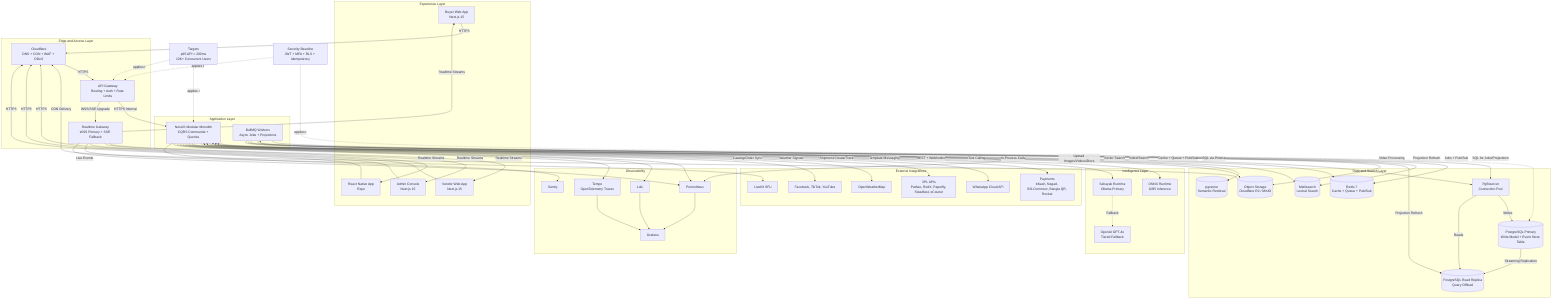
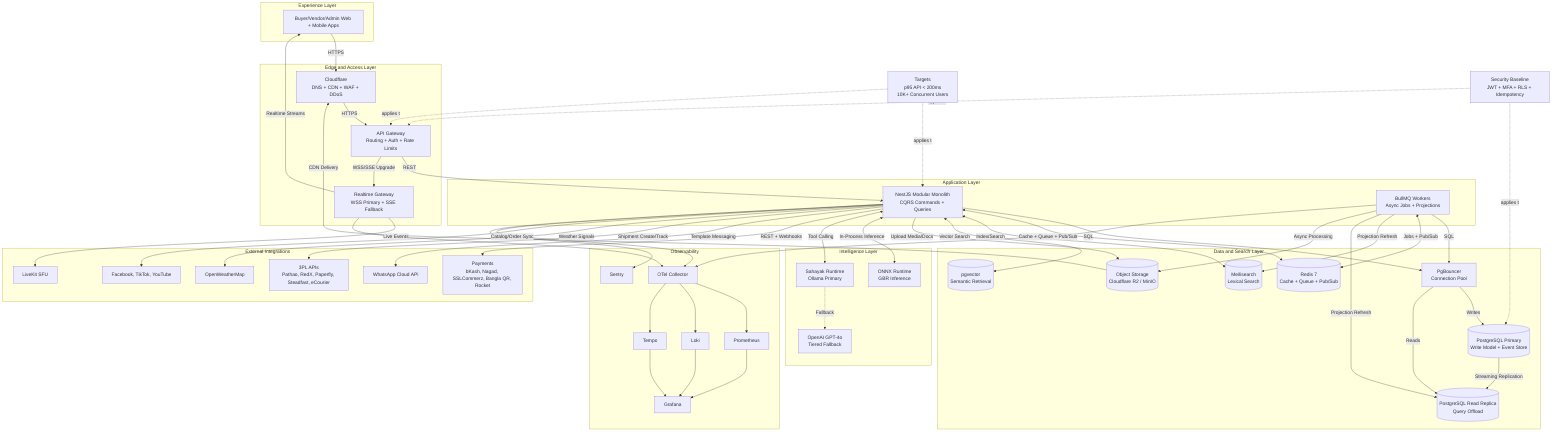
flowchart TB
-   %% Diagram 01: PRISM V4 - High-Level System Architecture Overview (Production-Grade)
+   %% Diagram 01: PRISM V4 - High-Level System Architecture Overview (Readable Layout)

  subgraph EXP[Experience Layer]
-     BuyerWeb[Buyer Web App\nNext.js 15]
-     VendorWeb[Vendor Web App\nNext.js 15]
-     AdminWeb[Admin Console\nNext.js 15]
-     Mobile[React Native App\nExpo]
+     Clients[Buyer/Vendor/Admin Web + Mobile Apps]
  end

  subgraph EDGE[Edge and Access Layer]
    CF[Cloudflare\nDNS + CDN + WAF + DDoS]
    APIGW[API Gateway\nRouting + Auth + Rate Limits]
    RTGW[Realtime Gateway\nWSS Primary + SSE Fallback]
  end

  subgraph APP[Application Layer]
-     Nest[NestJS Modular Monolith\nCQRS Commands + Queries]
+     API[NestJS Modular Monolith\nCQRS Commands + Queries]
    Worker[BullMQ Workers\nAsync Jobs + Projections]
  end

  subgraph DATA[Data and Search Layer]
    PGB[PgBouncer\nConnection Pool]
-     PGW[(PostgreSQL Primary\nWrite Model + Event Store Table)]
+     PGW[(PostgreSQL Primary\nWrite Model + Event Store)]
    PGR[(PostgreSQL Read Replica\nQuery Offload)]
    Redis[(Redis 7\nCache + Queue + Pub/Sub)]
    Mei[(Meilisearch\nLexical Search)]
    Vec[(pgvector\nSemantic Retrieval)]
    ObjStore[(Object Storage\nCloudflare R2 / MinIO)]
  end

  subgraph AI[Intelligence Layer]
    ONNX[ONNX Runtime\nGBR Inference]
    SAH[Sahayak Runtime\nOllama Primary]
    GPT[OpenAI GPT-4o\nTiered Fallback]
  end

  subgraph EXT[External Integrations]
    Pay[Payments\nbKash, Nagad, SSLCommerz, Bangla QR, Rocket]
    WA[WhatsApp Cloud API]
    L3[3PL APIs\nPathao, RedX, Paperfly, Steadfast, eCourier]
    Weather[OpenWeatherMap]
    Live[LiveKit SFU]
    Social[Facebook, TikTok, YouTube]
  end

  subgraph OBS[Observability]
+     OTel[OTel Collector]
    Prom[Prometheus]
+     Loki[Loki]
+     Tempo[Tempo]
    Graf[Grafana]
-     Loki[Loki]
-     Tempo[Tempo\nOpenTelemetry Traces]
    Sentry[Sentry]
  end

  KPI[Targets\np95 API < 200ms\n10K+ Concurrent Users]
  SEC[Security Baseline\nJWT + MFA + RLS + Idempotency]

-   BuyerWeb -->|HTTPS| CF
-   VendorWeb -->|HTTPS| CF
-   AdminWeb -->|HTTPS| CF
-   Mobile -->|HTTPS| CF
+   Clients -->|HTTPS| CF
+   CF -->|HTTPS| APIGW
+   APIGW -->|REST| API
+   APIGW -->|WSS/SSE Upgrade| RTGW
+   RTGW -->|Realtime Streams| Clients

-   CF -->|HTTPS| APIGW
-   APIGW -->|HTTPS Internal| Nest
-   APIGW -->|WSS/SSE Upgrade| RTGW
-   RTGW -->|Realtime Streams| BuyerWeb
-   RTGW -->|Realtime Streams| VendorWeb
-   RTGW -->|Realtime Streams| AdminWeb
-   RTGW -->|Realtime Streams| Mobile
- 
-   Nest -->|SQL via Prisma| PGB
-   Worker -->|SQL for Jobs/Projections| PGB
+   API -->|SQL| PGB
+   Worker -->|SQL| PGB
  PGB -->|Writes| PGW
  PGB -->|Reads| PGR
  PGW -->|Streaming Replication| PGR

-   Nest <--> |Cache + Queue + Pub/Sub| Redis
+   API <--> |Cache + Queue + Pub/Sub| Redis
  Worker <--> |Jobs + Pub/Sub| Redis
-   Nest <--> |Index/Search| Mei
-   Nest <--> |Vector Search| Vec
+   API <--> |Index/Search| Mei
+   API <--> |Vector Search| Vec
  Worker -->|Projection Refresh| Mei
  Worker -->|Projection Refresh| PGR

-   Nest -->|Upload Images/Videos/Docs| ObjStore
-   Worker -->|Video Processing| ObjStore
+   API -->|Upload Media/Docs| ObjStore
+   Worker -->|Async Processing| ObjStore
  ObjStore -->|CDN Delivery| CF

-   Nest <--> |In-Process Calls| ONNX
-   Nest <--> |Tool Calling| SAH
+   API <--> |In-Process Inference| ONNX
+   API <--> |Tool Calling| SAH
  SAH -.Fallback.-> GPT

-   Nest -->|REST + Webhooks| Pay
-   Nest -->|Template Messaging| WA
-   Nest -->|Shipment Create/Track| L3
-   Nest -->|Weather Signals| Weather
+   API -->|REST + Webhooks| Pay
+   API -->|Template Messaging| WA
+   API -->|Shipment Create/Track| L3
+   API -->|Weather Signals| Weather
  RTGW -->|Live Events| Live
-   Nest -->|Catalog/Order Sync| Social
+   API -->|Catalog/Order Sync| Social

+   API --> OTel
+   Worker --> OTel
+   RTGW --> OTel
+   OTel --> Prom
+   OTel --> Loki
+   OTel --> Tempo
  Prom --> Graf
  Loki --> Graf
  Tempo --> Graf
-   Nest --> Prom
-   Nest --> Loki
-   Nest --> Tempo
-   Nest --> Sentry
-   Worker --> Prom
-   RTGW --> Prom
+   API --> Sentry

  KPI -.applies to.-> APIGW
-   KPI -.applies to.-> Nest
+   KPI -.applies to.-> API
  SEC -.applies to.-> APIGW
  SEC -.applies to.-> PGW
